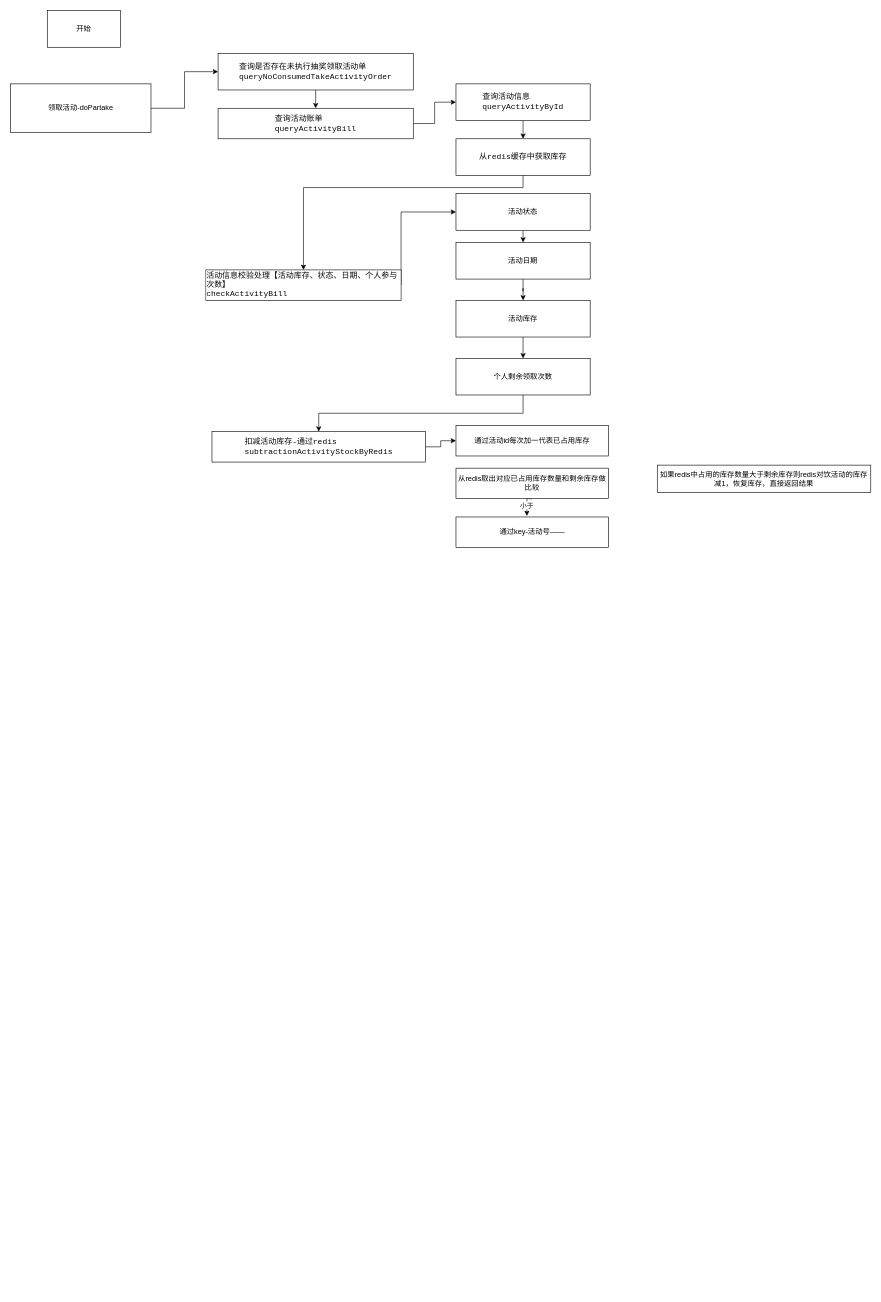
Above: 抽奖流程图.drawio in chenxiaochuan72/draw (draw.io), before the change. Source tidied: cells renumbered, new cells numbered last; positions are measured from the earlier drawing's top-left corner, leaving out a move shared by most shapes. Both pictures are drawn from the tidied source at 61%, with x=0, y=0 at pixel (10, 10).
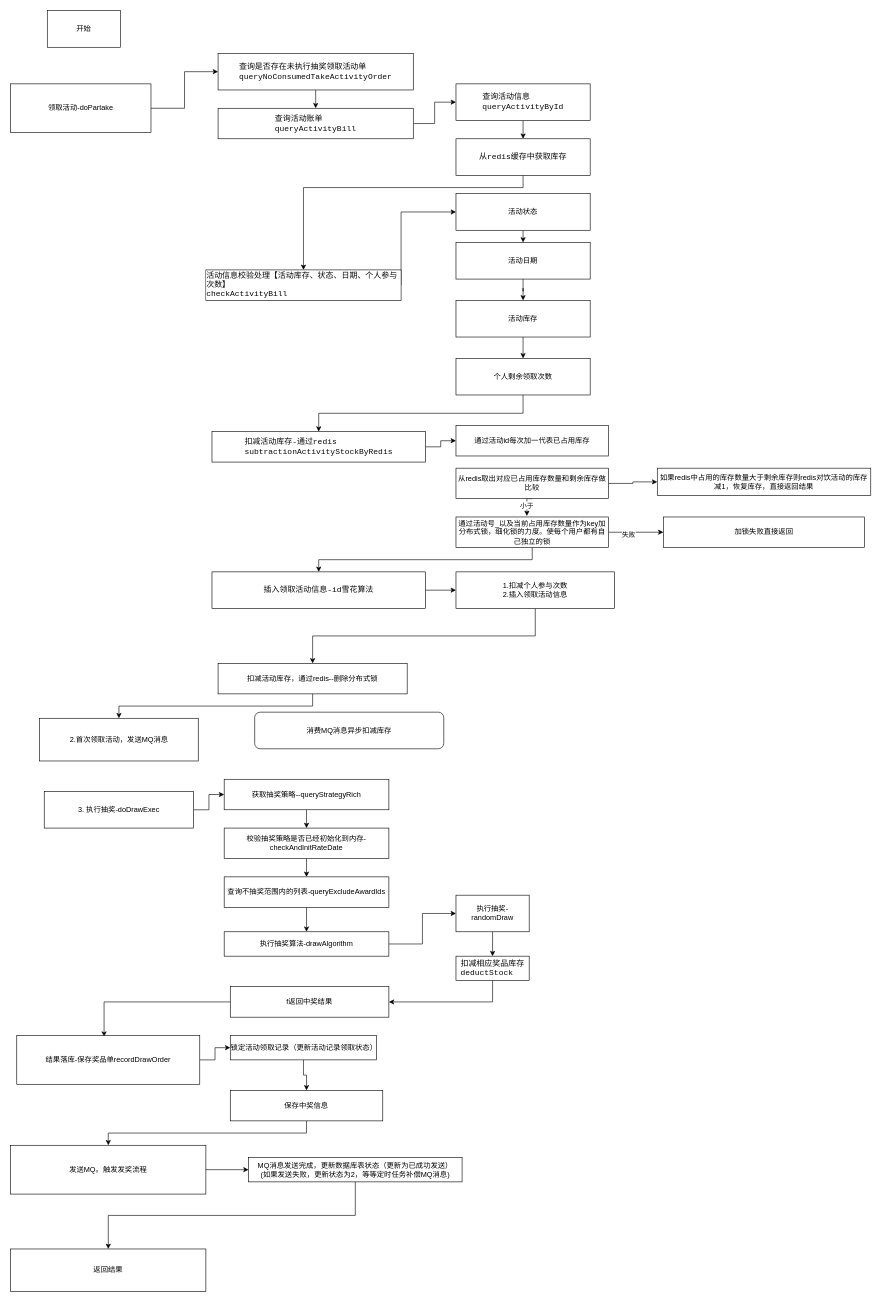
The same page after the edit.

Commit message:
更新抽奖流程图.drawio

The change refers to these unchanged cells:
```xml
<mxCell id="28" value="从redis取出对应已占用库存数量和剩余库存做比较" style="rounded=0;whiteSpace=wrap;html=1;" parent="1" vertex="1">
  <mxGeometry x="730" y="750" width="250" height="50" as="geometry" />
</mxCell>
```

Diff of the diagram source:
```diff
@@
+    <mxCell id="31" style="edgeStyle=orthogonalEdgeStyle;rounded=0;jettySize=auto;html=1;exitX=1;exitY=0.5;exitDx=0;exitDy=0;entryX=0;entryY=0.5;entryDx=0;entryDy=0;" parent="1" edge="1" source="28" target="30">
+      <mxGeometry relative="1" as="geometry" />
+    </mxCell>
@@
+    <mxCell id="32" style="edgeStyle=orthogonalEdgeStyle;rounded=0;jettySize=auto;html=1;exitX=1;exitY=0.5;exitDx=0;exitDy=0;entryX=0;entryY=0.5;entryDx=0;entryDy=0;" parent="1" edge="1" source="29" target="35">
+      <mxGeometry relative="1" as="geometry" />
+    </mxCell>
+    <mxCell id="33" value="失败" style="edgeLabel;html=1;align=center;verticalAlign=middle;" parent="32" vertex="1">
+      <mxGeometry x="-0.29" y="-3" relative="1" as="geometry" />
+    </mxCell>
+    <mxCell id="34" style="edgeStyle=orthogonalEdgeStyle;rounded=0;jettySize=auto;html=1;exitX=0.5;exitY=1;exitDx=0;exitDy=0;entryX=0.5;entryY=0;entryDx=0;entryDy=0;" parent="1" edge="1" source="29" target="37">
+      <mxGeometry relative="1" as="geometry" />
+    </mxCell>
-    <mxCell id="29" value="通过key-活动号——" style="rounded=0;whiteSpace=wrap;html=1;" parent="1" vertex="1">
+    <mxCell id="29" value="通过活动号_以及当前占用库存数量作为key加分布式锁，细化锁的力度。使每个用户都有自己独立的锁" style="rounded=0;whiteSpace=wrap;html=1;" parent="1" vertex="1">
       <mxGeometry x="730" y="830" width="250" height="50" as="geometry" />
     </mxCell>
     <mxCell id="30" value="如果redis中占用的库存数量大于剩余库存则redis对饮活动的库存减1，恢复库存，直接返回结果" style="rounded=0;whiteSpace=wrap;html=1;" parent="1" vertex="1">
-      <mxGeometry x="1060" y="745" width="350" height="45" as="geometry" />
+      <mxGeometry x="1060" y="750" width="350" height="45" as="geometry" />
     </mxCell>
+    <mxCell id="35" value="加锁失败直接返回" style="rounded=0;whiteSpace=wrap;html=1;" parent="1" vertex="1">
+      <mxGeometry x="1070" y="830" width="330" height="50" as="geometry" />
+    </mxCell>
+    <mxCell id="36" style="edgeStyle=orthogonalEdgeStyle;rounded=0;jettySize=auto;html=1;exitX=1;exitY=0.5;exitDx=0;exitDy=0;entryX=0;entryY=0.5;entryDx=0;entryDy=0;" parent="1" edge="1" source="37" target="39">
+      <mxGeometry relative="1" as="geometry" />
+    </mxCell>
+    <mxCell id="37" value="&lt;div style=&quot;text-align: start; background-color: rgb(255, 255, 255); color: rgb(8, 8, 8); font-family: Menlo-Regular, monospace; font-size: 9.8pt;&quot;&gt; 插入领取活动信息-id雪花算法&lt;/div&gt;" style="rounded=0;whiteSpace=wrap;html=1;" parent="1" vertex="1">
+      <mxGeometry x="330" y="920" width="350" height="60" as="geometry" />
+    </mxCell>
+    <mxCell id="38" style="edgeStyle=orthogonalEdgeStyle;rounded=0;jettySize=auto;html=1;exitX=0.5;exitY=1;exitDx=0;exitDy=0;entryX=0.5;entryY=0;entryDx=0;entryDy=0;" parent="1" edge="1" source="39" target="41">
+      <mxGeometry relative="1" as="geometry" />
+    </mxCell>
+    <mxCell id="39" value="1.扣减个人参与次数&lt;br&gt;2.插入领取活动信息" style="rounded=0;whiteSpace=wrap;html=1;" parent="1" vertex="1">
+      <mxGeometry x="730" y="920" width="260" height="60" as="geometry" />
+    </mxCell>
+    <mxCell id="40" style="edgeStyle=orthogonalEdgeStyle;rounded=0;jettySize=auto;html=1;exitX=0.5;exitY=1;exitDx=0;exitDy=0;" parent="1" edge="1" source="41" target="42">
+      <mxGeometry relative="1" as="geometry" />
+    </mxCell>
+    <mxCell id="41" value="扣减活动库存，通过redis--删除分布式锁" style="rounded=0;whiteSpace=wrap;html=1;" parent="1" vertex="1">
+      <mxGeometry x="340" y="1070" width="310" height="50" as="geometry" />
+    </mxCell>
+    <mxCell id="42" value="2.首次领取活动，发送MQ消息" style="rounded=0;whiteSpace=wrap;html=1;" parent="1" vertex="1">
+      <mxGeometry x="47.5" y="1160" width="260" height="70" as="geometry" />
+    </mxCell>
+    <mxCell id="43" value="消费MQ消息异步扣减库存" style="rounded=1;whiteSpace=wrap;html=1;" parent="1" vertex="1">
+      <mxGeometry x="400" y="1150" width="310" height="60" as="geometry" />
+    </mxCell>
+    <mxCell id="44" style="edgeStyle=orthogonalEdgeStyle;rounded=0;jettySize=auto;html=1;exitX=1;exitY=0.5;exitDx=0;exitDy=0;" parent="1" edge="1" source="45" target="47">
+      <mxGeometry relative="1" as="geometry" />
+    </mxCell>
+    <mxCell id="45" value="3. 执行抽奖-doDrawExec" style="rounded=0;whiteSpace=wrap;html=1;" parent="1" vertex="1">
+      <mxGeometry x="55" y="1280" width="245" height="60" as="geometry" />
+    </mxCell>
+    <mxCell id="46" style="edgeStyle=orthogonalEdgeStyle;rounded=0;jettySize=auto;html=1;exitX=0.5;exitY=1;exitDx=0;exitDy=0;entryX=0.5;entryY=0;entryDx=0;entryDy=0;" parent="1" edge="1" source="47" target="49">
+      <mxGeometry relative="1" as="geometry" />
+    </mxCell>
+    <mxCell id="47" value="获取抽奖策略--queryStrategyRich" style="rounded=0;whiteSpace=wrap;html=1;" parent="1" vertex="1">
+      <mxGeometry x="350" y="1260" width="270" height="50" as="geometry" />
+    </mxCell>
+    <mxCell id="48" style="edgeStyle=orthogonalEdgeStyle;rounded=0;jettySize=auto;html=1;exitX=0.5;exitY=1;exitDx=0;exitDy=0;entryX=0.5;entryY=0;entryDx=0;entryDy=0;" parent="1" edge="1" source="49" target="51">
+      <mxGeometry relative="1" as="geometry" />
+    </mxCell>
+    <mxCell id="49" value="校验抽奖策略是否已经初始化到内存-checkAndInitRateDate" style="rounded=0;whiteSpace=wrap;html=1;" parent="1" vertex="1">
+      <mxGeometry x="350" y="1340" width="270" height="50" as="geometry" />
+    </mxCell>
+    <mxCell id="50" style="edgeStyle=orthogonalEdgeStyle;rounded=0;jettySize=auto;html=1;exitX=0.5;exitY=1;exitDx=0;exitDy=0;entryX=0.5;entryY=0;entryDx=0;entryDy=0;" parent="1" edge="1" source="51" target="53">
+      <mxGeometry relative="1" as="geometry" />
+    </mxCell>
+    <mxCell id="51" value="查询不抽奖范围内的列表-queryExcludeAwardIds" style="rounded=0;whiteSpace=wrap;html=1;" parent="1" vertex="1">
+      <mxGeometry x="350" y="1420" width="270" height="50" as="geometry" />
+    </mxCell>
+    <mxCell id="52" style="edgeStyle=orthogonalEdgeStyle;rounded=0;jettySize=auto;html=1;exitX=1;exitY=0.5;exitDx=0;exitDy=0;entryX=0;entryY=0.5;entryDx=0;entryDy=0;" parent="1" edge="1" source="53" target="55">
+      <mxGeometry relative="1" as="geometry" />
+    </mxCell>
+    <mxCell id="53" value="执行抽奖算法-drawAlgorithm" style="rounded=0;whiteSpace=wrap;html=1;" parent="1" vertex="1">
+      <mxGeometry x="350" y="1510" width="270" height="40" as="geometry" />
+    </mxCell>
+    <mxCell id="54" style="edgeStyle=orthogonalEdgeStyle;rounded=0;jettySize=auto;html=1;exitX=0.5;exitY=1;exitDx=0;exitDy=0;" parent="1" edge="1" source="55" target="57">
+      <mxGeometry relative="1" as="geometry" />
+    </mxCell>
+    <mxCell id="55" value="执行抽奖-randomDraw" style="rounded=0;whiteSpace=wrap;html=1;" parent="1" vertex="1">
+      <mxGeometry x="730" y="1450" width="120" height="60" as="geometry" />
+    </mxCell>
+    <mxCell id="56" style="edgeStyle=orthogonalEdgeStyle;rounded=0;jettySize=auto;html=1;exitX=0.5;exitY=1;exitDx=0;exitDy=0;entryX=1;entryY=0.5;entryDx=0;entryDy=0;" parent="1" edge="1" source="57" target="59">
+      <mxGeometry relative="1" as="geometry" />
+    </mxCell>
+    <mxCell id="57" value="&lt;div style=&quot;text-align: start; background-color: rgb(255, 255, 255); color: rgb(8, 8, 8); font-family: &amp;quot;JetBrains Mono&amp;quot;, monospace; font-size: 9.8pt;&quot;&gt;扣减相应奖品库存&lt;/div&gt;&lt;div style=&quot;text-align: start; background-color: rgb(255, 255, 255); color: rgb(8, 8, 8); font-family: &amp;quot;JetBrains Mono&amp;quot;, monospace; font-size: 9.8pt;&quot;&gt;deductStock&lt;/div&gt;" style="rounded=0;whiteSpace=wrap;html=1;" parent="1" vertex="1">
+      <mxGeometry x="730" y="1550" width="120" height="40" as="geometry" />
+    </mxCell>
+    <mxCell id="58" style="edgeStyle=orthogonalEdgeStyle;rounded=0;jettySize=auto;html=1;exitX=0;exitY=0.5;exitDx=0;exitDy=0;entryX=0.477;entryY=0.025;entryDx=0;entryDy=0;entryPerimeter=0;" parent="1" edge="1" source="59" target="61">
+      <mxGeometry relative="1" as="geometry" />
+    </mxCell>
+    <mxCell id="59" value="f返回中奖结果" style="rounded=0;whiteSpace=wrap;html=1;" parent="1" vertex="1">
+      <mxGeometry x="360" y="1600" width="260" height="50" as="geometry" />
+    </mxCell>
+    <mxCell id="60" style="edgeStyle=orthogonalEdgeStyle;rounded=0;jettySize=auto;html=1;exitX=1;exitY=0.5;exitDx=0;exitDy=0;entryX=0;entryY=0.5;entryDx=0;entryDy=0;" parent="1" edge="1" source="61" target="63">
+      <mxGeometry relative="1" as="geometry" />
+    </mxCell>
+    <mxCell id="61" value="结果落库-保存奖品单recordDrawOrder" style="rounded=0;whiteSpace=wrap;html=1;" parent="1" vertex="1">
+      <mxGeometry x="10" y="1680" width="300" height="80" as="geometry" />
+    </mxCell>
+    <mxCell id="62" style="edgeStyle=orthogonalEdgeStyle;rounded=0;jettySize=auto;html=1;exitX=0.5;exitY=1;exitDx=0;exitDy=0;entryX=0.5;entryY=0;entryDx=0;entryDy=0;" parent="1" edge="1" source="63" target="65">
+      <mxGeometry relative="1" as="geometry" />
+    </mxCell>
+    <mxCell id="63" value="锁定活动领取记录（更新活动记录领取状态）" style="rounded=0;whiteSpace=wrap;html=1;" parent="1" vertex="1">
+      <mxGeometry x="360" y="1680" width="240" height="40" as="geometry" />
+    </mxCell>
+    <mxCell id="64" style="edgeStyle=orthogonalEdgeStyle;rounded=0;jettySize=auto;html=1;exitX=0.5;exitY=1;exitDx=0;exitDy=0;entryX=0.5;entryY=0;entryDx=0;entryDy=0;" parent="1" edge="1" source="65" target="67">
+      <mxGeometry relative="1" as="geometry" />
+    </mxCell>
+    <mxCell id="65" value="保存中奖信息" style="rounded=0;whiteSpace=wrap;html=1;" parent="1" vertex="1">
+      <mxGeometry x="360" y="1770" width="250" height="50" as="geometry" />
+    </mxCell>
+    <mxCell id="66" style="edgeStyle=orthogonalEdgeStyle;rounded=0;jettySize=auto;html=1;exitX=1;exitY=0.5;exitDx=0;exitDy=0;" parent="1" edge="1" source="67" target="69">
+      <mxGeometry relative="1" as="geometry" />
+    </mxCell>
+    <mxCell id="67" value="发送MQ。触发发奖流程" style="rounded=0;whiteSpace=wrap;html=1;" parent="1" vertex="1">
+      <mxGeometry y="1860" width="320" height="80" as="geometry" />
+    </mxCell>
+    <mxCell id="68" style="edgeStyle=orthogonalEdgeStyle;rounded=0;jettySize=auto;html=1;exitX=0.5;exitY=1;exitDx=0;exitDy=0;" parent="1" edge="1" source="69" target="70">
+      <mxGeometry relative="1" as="geometry" />
+    </mxCell>
+    <mxCell id="69" value="MQ消息发送完成，更新数据库表状态（更新为已成功发送）&lt;br&gt;(如果发送失败，更新状态为2，等等定时任务补偿MQ消息)" style="rounded=0;whiteSpace=wrap;html=1;" parent="1" vertex="1">
+      <mxGeometry x="390" y="1880" width="350" height="40" as="geometry" />
+    </mxCell>
+    <mxCell id="70" value="返回结果" style="rounded=0;whiteSpace=wrap;html=1;" parent="1" vertex="1">
+      <mxGeometry y="2030" width="320" height="70" as="geometry" />
+    </mxCell>
```
